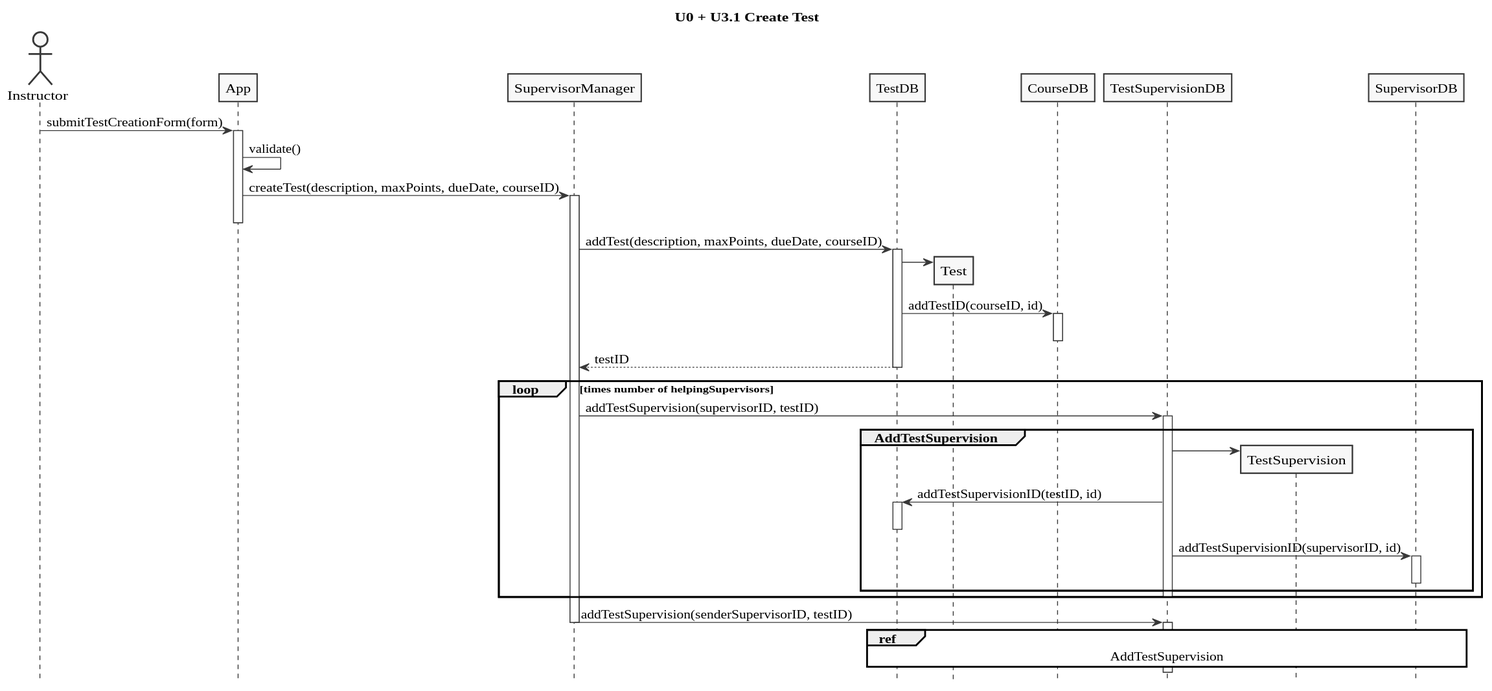
Above: doc/diagrams/export/sequences/createtest.svg in dev-tee/blockpass (PlantUML), before the change. Its diagram source:
```plantuml
@startuml


skinparam monochrome true
skinparam shadowing false
skinparam classAttributeIconSize 0
skinparam defaultFontName "Source Sans Pro Semibold"


title U0 + U3.1 Create Test

actor Instructor

Instructor -> App: submitTestCreationForm(form)
activate App

App -> App: validate()

App -> SupervisorManager: createTest(description, maxPoints, dueDate, courseID)
activate SupervisorManager
deactivate App

SupervisorManager -> TestDB: addTest(description, maxPoints, dueDate, courseID)
activate TestDB

create Test
TestDB -> Test

TestDB -> CourseDB: addTestID(courseID, id)
activate CourseDB
deactivate CourseDB

TestDB --> SupervisorManager: testID
deactivate TestDB

loop times number of helpingSupervisors
  SupervisorManager -> TestSupervisionDB: addTestSupervision(supervisorID, testID)
  activate TestSupervisionDB

  group AddTestSupervision

    create TestSupervision
    TestSupervisionDB -> TestSupervision

    TestSupervisionDB -> TestDB: addTestSupervisionID(testID, id)
    activate TestDB
    deactivate TestDB

    TestSupervisionDB -> SupervisorDB: addTestSupervisionID(supervisorID, id)
    activate SupervisorDB
    deactivate SupervisorDB

  end

  deactivate TestSupervisionDB
end

SupervisorManager -> TestSupervisionDB: addTestSupervision(senderSupervisorID, testID)
deactivate SupervisorManager

ref over TestSupervisionDB, TestSupervision, TestDB, SupervisorDB: AddTestSupervision
activate TestSupervisionDB
deactivate TestSupervisionDB

hide footbox

@enduml
```
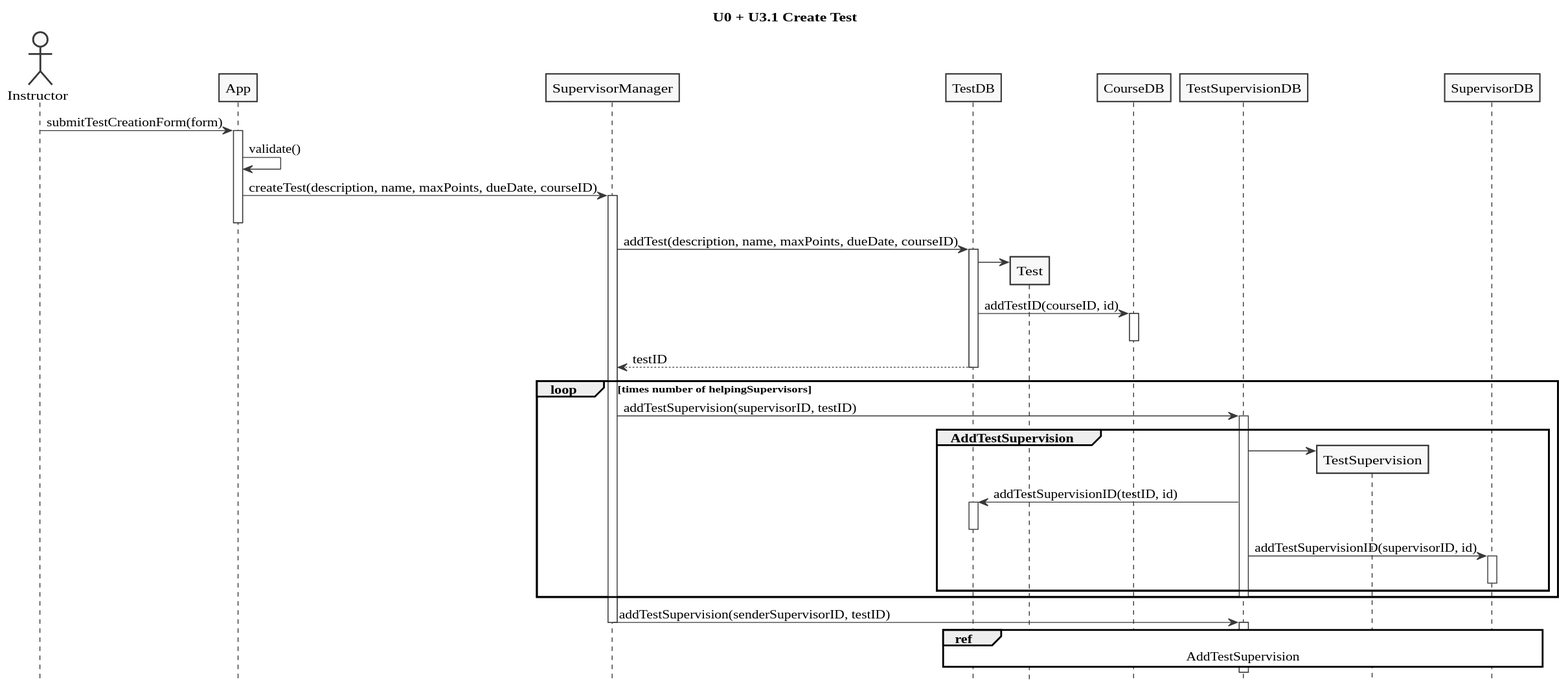
After the change.

What changed in the source:
```diff
@@ -16,11 +16,11 @@
 
 App -> App: validate()
 
-App -> SupervisorManager: createTest(description, maxPoints, dueDate, courseID)
+App -> SupervisorManager: createTest(description, name, maxPoints, dueDate, courseID)
 activate SupervisorManager
 deactivate App
 
-SupervisorManager -> TestDB: addTest(description, maxPoints, dueDate, courseID)
+SupervisorManager -> TestDB: addTest(description, name, maxPoints, dueDate, courseID)
 activate TestDB
 
 create Test
```
